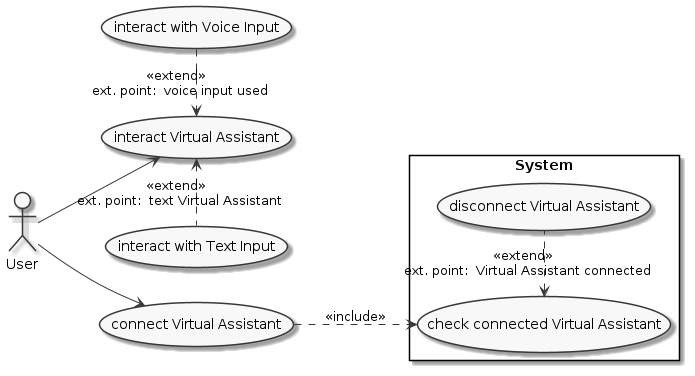
Above: task1/use-case-diagram.png in olegische/test-task-nanosemantics (PlantUML), before the change.
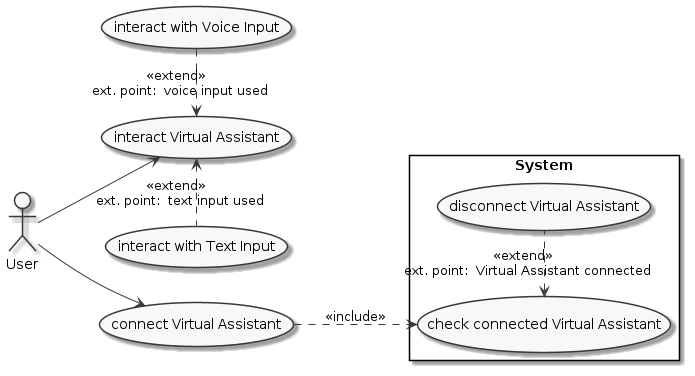
Later version of the same file.

Commit message:
use case diagram fix

The edit, as a diff of the source:
```diff
@@ -26,6 +26,6 @@
 
 Usr --> inVA
 inVA <.left. inVIn : <<extend>> $ep voice input used
-inVA <.right. inTIn : <<extend>> $ep text $VA
+inVA <.right. inTIn : <<extend>> $ep text input used
 
 @enduml
```
